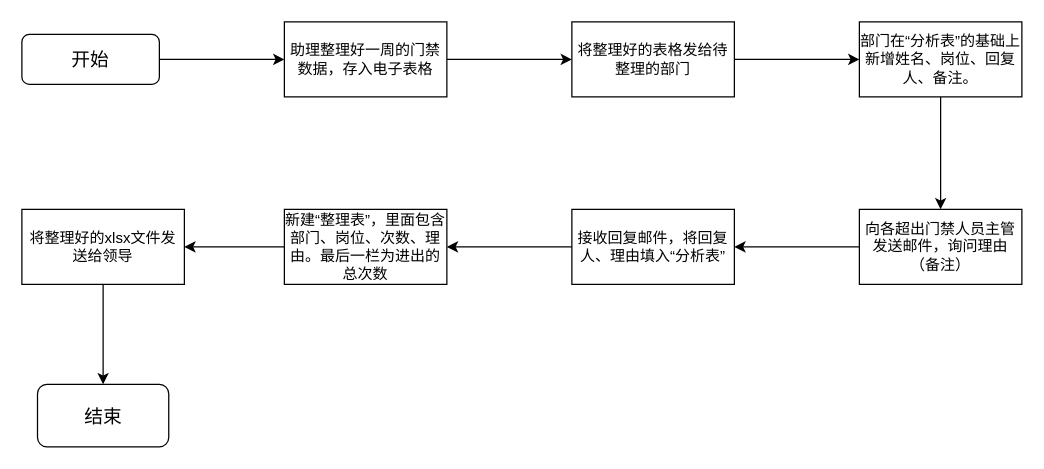
Above: 自动化整理门禁信息.drawio in PenguinLJ/DrawChart (draw.io), before the change. Source tidied: cells renumbered, new cells numbered last; positions are measured from the earlier drawing's top-left corner, leaving out a move shared by most shapes. Both pictures are drawn from the tidied source at 125%, with x=0, y=0 at pixel (21, 21).
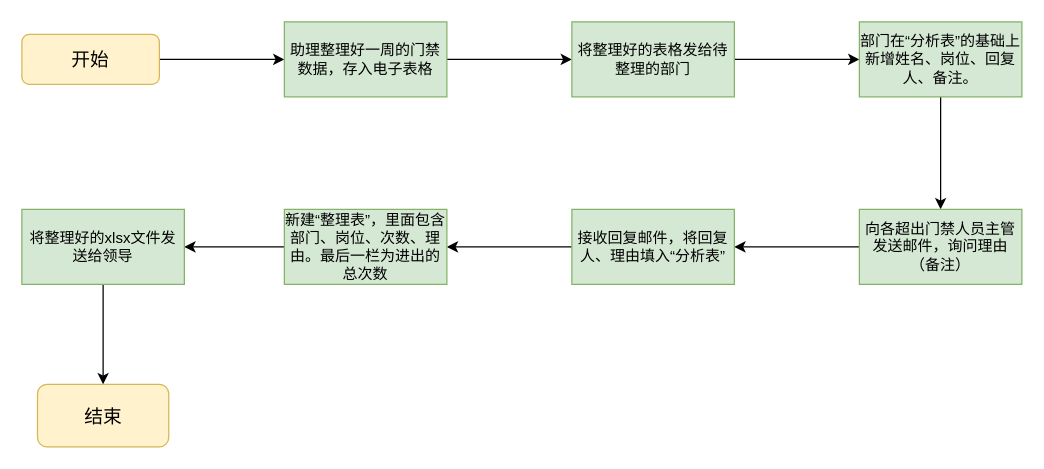
The same diagram, later.

Commit message:
'添加了颜色'

The edit, as a diff of the source:
```diff
@@
 <mxGraphModel>
   <root>
     <mxCell id="0" />
     <mxCell id="1" parent="0" />
     <mxCell id="2" style="edgeStyle=orthogonalEdgeStyle;rounded=0;jettySize=auto;html=1;exitX=1;exitY=0.5;exitDx=0;exitDy=0;entryX=0;entryY=0.5;entryDx=0;entryDy=0;" parent="1" edge="1" source="3" target="6">
       <mxGeometry relative="1" as="geometry" />
     </mxCell>
-    <mxCell id="3" value="&lt;font style=&quot;font-size: 15px;&quot;&gt;开始&lt;/font&gt;" style="rounded=1;whiteSpace=wrap;html=1;" parent="1" vertex="1">
+    <mxCell id="3" value="&lt;font style=&quot;font-size: 15px;&quot;&gt;开始&lt;/font&gt;" style="rounded=1;whiteSpace=wrap;html=1;fillColor=#fff2cc;strokeColor=#d6b656;" parent="1" vertex="1">
       <mxGeometry y="10" width="110" height="40" as="geometry" />
     </mxCell>
-    <mxCell id="4" value="&lt;font style=&quot;font-size: 15px;&quot;&gt;结束&lt;/font&gt;" style="rounded=1;whiteSpace=wrap;html=1;" parent="1" vertex="1">
+    <mxCell id="4" value="&lt;font style=&quot;font-size: 15px;&quot;&gt;结束&lt;/font&gt;" style="rounded=1;whiteSpace=wrap;html=1;fillColor=#fff2cc;strokeColor=#d6b656;" parent="1" vertex="1">
       <mxGeometry x="12.5" y="290" width="105" height="50" as="geometry" />
     </mxCell>
     <mxCell id="5" style="edgeStyle=orthogonalEdgeStyle;rounded=0;jettySize=auto;html=1;exitX=1;exitY=0.5;exitDx=0;exitDy=0;entryX=0;entryY=0.5;entryDx=0;entryDy=0;" parent="1" edge="1" source="6" target="8">
       <mxGeometry relative="1" as="geometry" />
     </mxCell>
-    <mxCell id="6" value="助理整理好一周的门禁数据，存入电子表格" style="rounded=0;whiteSpace=wrap;html=1;" parent="1" vertex="1">
+    <mxCell id="6" value="助理整理好一周的门禁数据，存入电子表格" style="rounded=0;whiteSpace=wrap;html=1;fillColor=#d5e8d4;strokeColor=#82b366;" parent="1" vertex="1">
       <mxGeometry x="210" width="130" height="60" as="geometry" />
     </mxCell>
     <mxCell id="7" style="edgeStyle=orthogonalEdgeStyle;rounded=0;jettySize=auto;html=1;exitX=1;exitY=0.5;exitDx=0;exitDy=0;entryX=0;entryY=0.5;entryDx=0;entryDy=0;" parent="1" edge="1" source="8" target="10">
       <mxGeometry relative="1" as="geometry" />
     </mxCell>
-    <mxCell id="8" value="将整理好的表格发给待整理的部门" style="rounded=0;whiteSpace=wrap;html=1;" parent="1" vertex="1">
+    <mxCell id="8" value="将整理好的表格发给待整理的部门" style="rounded=0;whiteSpace=wrap;html=1;fillColor=#d5e8d4;strokeColor=#82b366;" parent="1" vertex="1">
       <mxGeometry x="440" width="130" height="60" as="geometry" />
     </mxCell>
     <mxCell id="9" style="edgeStyle=orthogonalEdgeStyle;rounded=0;jettySize=auto;html=1;exitX=0.5;exitY=1;exitDx=0;exitDy=0;entryX=0.5;entryY=0;entryDx=0;entryDy=0;" parent="1" edge="1" source="10" target="12">
       <mxGeometry relative="1" as="geometry" />
     </mxCell>
-    <mxCell id="10" value="部门在“分析表”的基础上新增姓名、岗位、回复人、备注。" style="rounded=0;whiteSpace=wrap;html=1;" parent="1" vertex="1">
+    <mxCell id="10" value="部门在“分析表”的基础上新增姓名、岗位、回复人、备注。" style="rounded=0;whiteSpace=wrap;html=1;fillColor=#d5e8d4;strokeColor=#82b366;" parent="1" vertex="1">
       <mxGeometry x="670" width="130" height="60" as="geometry" />
     </mxCell>
     <mxCell id="11" style="edgeStyle=orthogonalEdgeStyle;rounded=0;jettySize=auto;html=1;exitX=0;exitY=0.5;exitDx=0;exitDy=0;entryX=1;entryY=0.5;entryDx=0;entryDy=0;" parent="1" edge="1" source="12" target="14">
       <mxGeometry relative="1" as="geometry" />
     </mxCell>
-    <mxCell id="12" value="向各超出门禁人员主管发送邮件，询问理由（备注）" style="rounded=0;whiteSpace=wrap;html=1;" parent="1" vertex="1">
+    <mxCell id="12" value="向各超出门禁人员主管发送邮件，询问理由（备注）" style="rounded=0;whiteSpace=wrap;html=1;fillColor=#d5e8d4;strokeColor=#82b366;" parent="1" vertex="1">
       <mxGeometry x="670" y="150" width="130" height="60" as="geometry" />
     </mxCell>
     <mxCell id="13" style="edgeStyle=orthogonalEdgeStyle;rounded=0;jettySize=auto;html=1;exitX=0;exitY=0.5;exitDx=0;exitDy=0;entryX=1;entryY=0.5;entryDx=0;entryDy=0;" parent="1" edge="1" source="14" target="16">
       <mxGeometry relative="1" as="geometry" />
     </mxCell>
-    <mxCell id="14" value="接收回复邮件，将回复人、理由填入“分析表”" style="rounded=0;whiteSpace=wrap;html=1;" parent="1" vertex="1">
+    <mxCell id="14" value="接收回复邮件，将回复人、理由填入“分析表”" style="rounded=0;whiteSpace=wrap;html=1;fillColor=#d5e8d4;strokeColor=#82b366;" parent="1" vertex="1">
       <mxGeometry x="440" y="150" width="130" height="60" as="geometry" />
     </mxCell>
     <mxCell id="15" style="edgeStyle=orthogonalEdgeStyle;rounded=0;jettySize=auto;html=1;exitX=0;exitY=0.5;exitDx=0;exitDy=0;entryX=1;entryY=0.5;entryDx=0;entryDy=0;" parent="1" edge="1" source="16" target="18">
       <mxGeometry relative="1" as="geometry" />
     </mxCell>
-    <mxCell id="16" value="新建“整理表”，里面包含部门、岗位、次数、理由。最后一栏为进出的总次数" style="rounded=0;whiteSpace=wrap;html=1;" parent="1" vertex="1">
+    <mxCell id="16" value="新建“整理表”，里面包含部门、岗位、次数、理由。最后一栏为进出的总次数" style="rounded=0;whiteSpace=wrap;html=1;fillColor=#d5e8d4;strokeColor=#82b366;" parent="1" vertex="1">
       <mxGeometry x="210" y="150" width="130" height="60" as="geometry" />
     </mxCell>
     <mxCell id="17" style="edgeStyle=orthogonalEdgeStyle;rounded=0;jettySize=auto;html=1;exitX=0.5;exitY=1;exitDx=0;exitDy=0;entryX=0.5;entryY=0;entryDx=0;entryDy=0;" parent="1" edge="1" source="18" target="4">
       <mxGeometry relative="1" as="geometry" />
     </mxCell>
-    <mxCell id="18" value="将整理好的xlsx文件发送给领导" style="rounded=0;whiteSpace=wrap;html=1;" parent="1" vertex="1">
+    <mxCell id="18" value="将整理好的xlsx文件发送给领导" style="rounded=0;whiteSpace=wrap;html=1;fillColor=#d5e8d4;strokeColor=#82b366;" parent="1" vertex="1">
       <mxGeometry y="150" width="130" height="60" as="geometry" />
     </mxCell>
   </root>
 </mxGraphModel>
```
